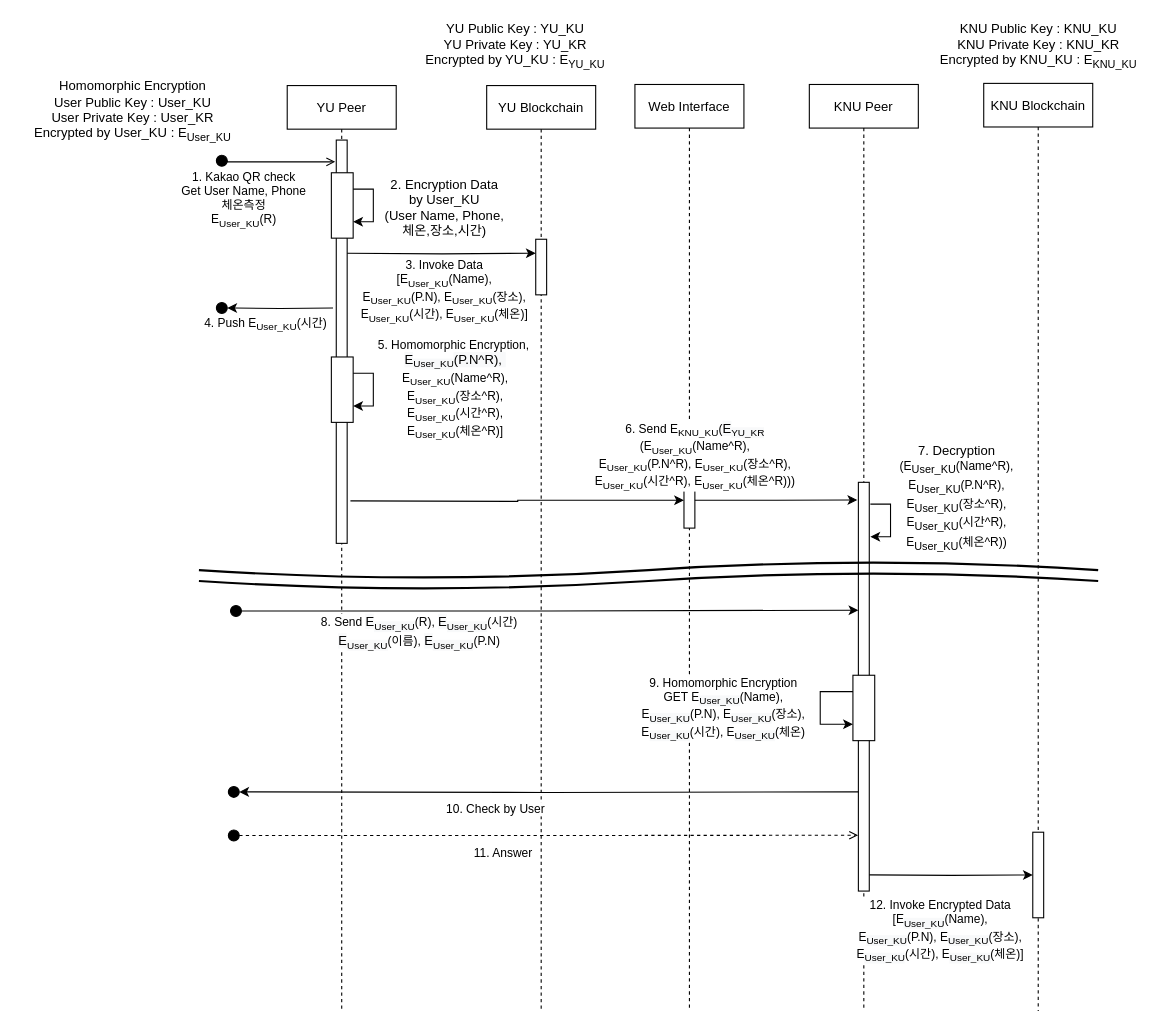
The draw.io diagram page "check by other org" (1 of 3) of Sequence Diagram.drawio in GunhyungKim/TrackingSystem, before the edit. Source tidied: cells renumbered, new cells numbered last; positions are measured from the earlier drawing's top-left corner, leaving out a move shared by most shapes. Both pictures are drawn from the tidied source at 109%, with x=0, y=0 at pixel (23, 19).
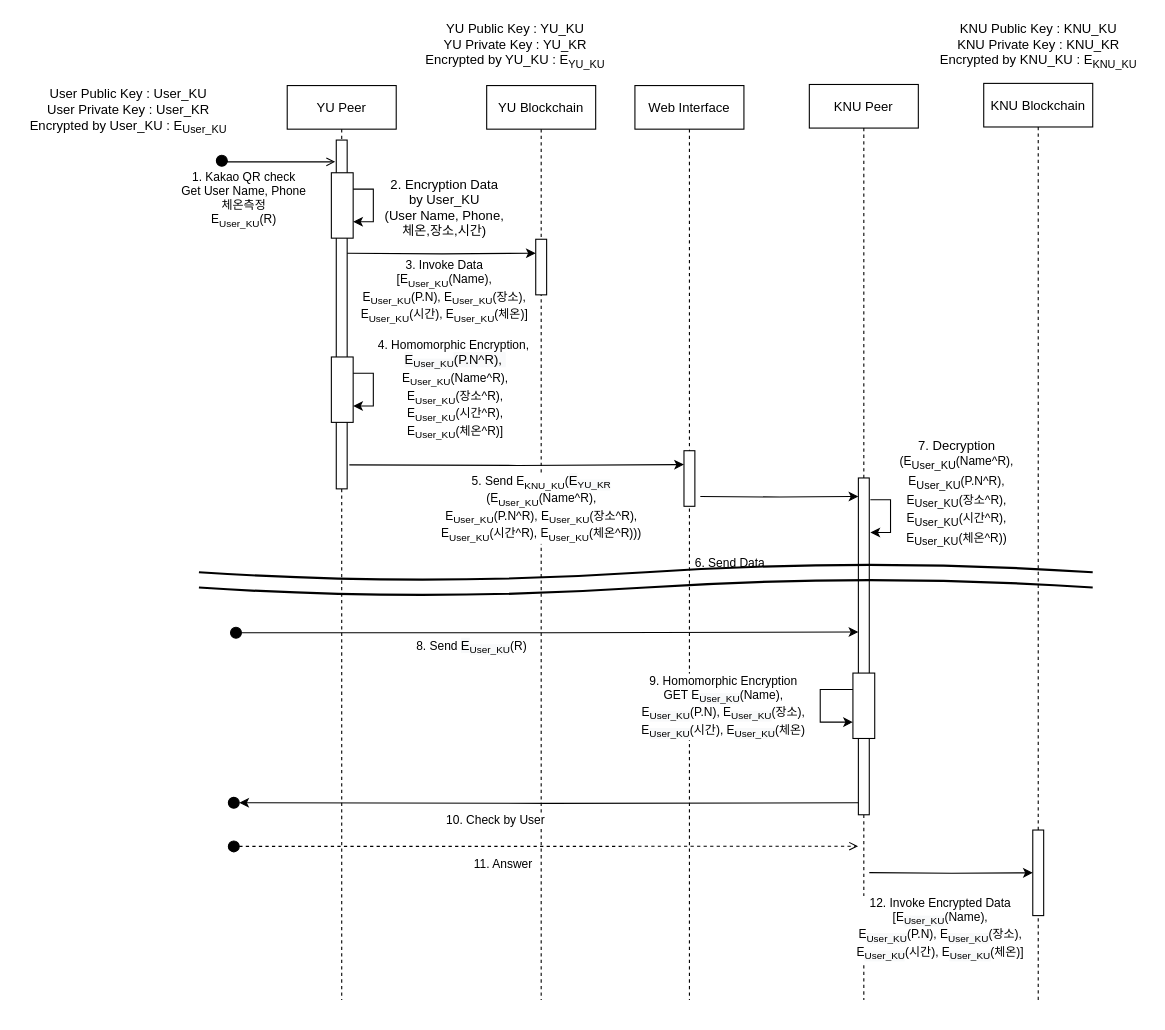
Above is the later version.

Unchanged cells that the change refers to:
```xml
<mxCell id="17" style="edgeStyle=orthogonalEdgeStyle;rounded=0;orthogonalLoop=1;jettySize=auto;html=1;exitX=1;exitY=0.25;exitDx=0;exitDy=0;entryX=1;entryY=0.75;entryDx=0;entryDy=0;" parent="12" edge="1" source="16" target="16">
  <mxGeometry relative="1" as="geometry">
    <Array as="points">
      <mxPoint x="79" y="264" />
      <mxPoint x="79" y="294" />
    </Array>
  </mxGeometry>
</mxCell>
```

The edit, as a diff of the source:
```diff
@@
     <mxCell id="2" value="Web Interface" style="shape=umlLifeline;perimeter=lifelinePerimeter;rounded=0;shadow=0;strokeWidth=1;" parent="1" vertex="1">
-      <mxGeometry x="561" y="60" width="100" height="850" as="geometry" />
+      <mxGeometry x="561" y="61" width="100" height="839" as="geometry" />
     </mxCell>
     <mxCell id="3" style="rounded=0;whiteSpace=wrap;html=1;" parent="2" vertex="1">
-      <mxGeometry x="45" y="356" width="10" height="51" as="geometry" />
+      <mxGeometry x="45" y="335" width="10" height="51" as="geometry" />
     </mxCell>
     <mxCell id="4" value="KNU Peer" style="shape=umlLifeline;perimeter=lifelinePerimeter;rounded=0;shadow=0;strokeWidth=1;" parent="1" vertex="1">
-      <mxGeometry x="721" y="60" width="100" height="850" as="geometry" />
+      <mxGeometry x="721" y="60" width="100" height="840" as="geometry" />
     </mxCell>
     <mxCell id="5" style="rounded=0;whiteSpace=wrap;html=1;" parent="4" vertex="1">
-      <mxGeometry x="45" y="365" width="10" height="375" as="geometry" />
+      <mxGeometry x="45" y="361" width="10" height="309" as="geometry" />
     </mxCell>
     <mxCell id="6" style="rounded=0;whiteSpace=wrap;html=1;fillColor=#FFFFFF;" parent="4" vertex="1">
-      <mxGeometry x="40" y="542" width="20" height="60" as="geometry" />
+      <mxGeometry x="40" y="540" width="20" height="60" as="geometry" />
     </mxCell>
     <mxCell id="7" style="edgeStyle=orthogonalEdgeStyle;rounded=0;orthogonalLoop=1;jettySize=auto;html=1;exitX=0;exitY=0.25;exitDx=0;exitDy=0;entryX=0;entryY=0.75;entryDx=0;entryDy=0;" parent="4" edge="1" source="6" target="6">
       <mxGeometry relative="1" as="geometry">
         <Array as="points">
-          <mxPoint x="10" y="557" />
-          <mxPoint x="10" y="587" />
+          <mxPoint x="10" y="555" />
+          <mxPoint x="10" y="585" />
         </Array>
       </mxGeometry>
     </mxCell>
@@
     <mxCell id="9" value="KNU Blockchain" style="shape=umlLifeline;perimeter=lifelinePerimeter;rounded=0;shadow=0;strokeWidth=1;" parent="1" vertex="1">
-      <mxGeometry x="881" y="59" width="100" height="851" as="geometry" />
+      <mxGeometry x="881" y="59" width="100" height="841" as="geometry" />
     </mxCell>
     <mxCell id="10" style="rounded=0;whiteSpace=wrap;html=1;" parent="9" vertex="1">
-      <mxGeometry x="45" y="687" width="10" height="78.5" as="geometry" />
+      <mxGeometry x="45" y="685" width="10" height="78.5" as="geometry" />
     </mxCell>
     <mxCell id="11" value="7. Decryption&lt;br&gt;&lt;span style=&quot;font-size: 11px ; background-color: rgb(255 , 255 , 255)&quot;&gt;(E&lt;/span&gt;&lt;sub&gt;User_KU&lt;/sub&gt;&lt;span style=&quot;font-size: 11px ; background-color: rgb(255 , 255 , 255)&quot;&gt;(Name^R),&lt;/span&gt;&lt;br style=&quot;font-size: 11px&quot;&gt;&lt;span style=&quot;font-size: 11px ; background-color: rgb(255 , 255 , 255)&quot;&gt;E&lt;/span&gt;&lt;sub&gt;User_KU&lt;/sub&gt;&lt;span style=&quot;font-size: 11px ; background-color: rgb(255 , 255 , 255)&quot;&gt;(P.N^R), &lt;br&gt;E&lt;/span&gt;&lt;sub&gt;User_KU&lt;/sub&gt;&lt;span style=&quot;font-size: 11px ; background-color: rgb(255 , 255 , 255)&quot;&gt;(장소^R),&lt;/span&gt;&lt;br style=&quot;font-size: 11px&quot;&gt;&lt;span style=&quot;font-size: 11px ; background-color: rgb(255 , 255 , 255)&quot;&gt;E&lt;/span&gt;&lt;sub&gt;User_KU&lt;/sub&gt;&lt;span style=&quot;font-size: 11px ; background-color: rgb(255 , 255 , 255)&quot;&gt;(시간^R), &lt;br&gt;E&lt;/span&gt;&lt;sub&gt;User_KU&lt;/sub&gt;&lt;span style=&quot;font-size: 11px ; background-color: rgb(255 , 255 , 255)&quot;&gt;(체온^R))&lt;/span&gt;" style="text;html=1;align=center;verticalAlign=middle;" parent="9" vertex="1">
-      <mxGeometry x="-85" y="325" width="120" height="110" as="geometry" />
+      <mxGeometry x="-85" y="326" width="120" height="100" as="geometry" />
     </mxCell>
     <mxCell id="12" value="YU Peer" style="shape=umlLifeline;perimeter=lifelinePerimeter;rounded=0;shadow=0;strokeWidth=1;" parent="1" vertex="1">
-      <mxGeometry x="242" y="61" width="100" height="849" as="geometry" />
+      <mxGeometry x="242" y="61" width="100" height="839" as="geometry" />
     </mxCell>
     <mxCell id="13" style="rounded=0;whiteSpace=wrap;html=1;" parent="12" vertex="1">
-      <mxGeometry x="45" y="50" width="10" height="370" as="geometry" />
+      <mxGeometry x="45" y="50" width="10" height="320" as="geometry" />
     </mxCell>
@@
-    <mxCell id="18" value="5. Homomorphic Encryption,&amp;nbsp;&lt;br&gt;&lt;span style=&quot;font-size: 12px ; background-color: rgb(248 , 249 , 250)&quot;&gt;E&lt;/span&gt;&lt;sub style=&quot;background-color: rgb(248 , 249 , 250)&quot;&gt;User_KU&lt;/sub&gt;&lt;span style=&quot;font-size: 12px ; background-color: rgb(248 , 249 , 250)&quot;&gt;(P.N^R),&amp;nbsp;&lt;br&gt;&lt;/span&gt;E&lt;sub&gt;User_KU&lt;/sub&gt;(Name^R), &lt;br&gt;E&lt;sub&gt;User_KU&lt;/sub&gt;(장소^R),&lt;br&gt;E&lt;sub&gt;User_KU&lt;/sub&gt;(시간^R), &lt;br&gt;E&lt;sub&gt;User_KU&lt;/sub&gt;(체온^R)]&lt;sub style=&quot;background-color: rgb(248 , 249 , 250)&quot;&gt;&lt;br&gt;&lt;/sub&gt;" style="edgeLabel;html=1;align=center;verticalAlign=middle;" parent="17" vertex="1">
+    <mxCell id="18" value="4. Homomorphic Encryption,&amp;nbsp;&lt;br&gt;&lt;span style=&quot;font-size: 12px ; background-color: rgb(248 , 249 , 250)&quot;&gt;E&lt;/span&gt;&lt;sub style=&quot;background-color: rgb(248 , 249 , 250)&quot;&gt;User_KU&lt;/sub&gt;&lt;span style=&quot;font-size: 12px ; background-color: rgb(248 , 249 , 250)&quot;&gt;(P.N^R),&amp;nbsp;&lt;br&gt;&lt;/span&gt;E&lt;sub&gt;User_KU&lt;/sub&gt;(Name^R), &lt;br&gt;E&lt;sub&gt;User_KU&lt;/sub&gt;(장소^R),&lt;br&gt;E&lt;sub&gt;User_KU&lt;/sub&gt;(시간^R), &lt;br&gt;E&lt;sub&gt;User_KU&lt;/sub&gt;(체온^R)]&lt;sub style=&quot;background-color: rgb(248 , 249 , 250)&quot;&gt;&lt;br&gt;&lt;/sub&gt;" style="edgeLabel;html=1;align=center;verticalAlign=middle;" parent="17" vertex="1">
       <mxGeometry x="-0.45" y="-4" relative="1" as="geometry">
         <mxPoint x="74.5" y="10" as="offset" />
       </mxGeometry>
     </mxCell>
@@
     <mxCell id="23" value="YU Blockchain" style="shape=umlLifeline;perimeter=lifelinePerimeter;rounded=0;shadow=0;strokeWidth=1;" parent="1" vertex="1">
-      <mxGeometry x="425" y="61" width="100" height="849" as="geometry" />
+      <mxGeometry x="425" y="61" width="100" height="839" as="geometry" />
     </mxCell>
@@
-    <mxCell id="27" style="edgeStyle=orthogonalEdgeStyle;rounded=0;jettySize=auto;html=1;entryX=0;entryY=0.5;entryDx=0;entryDy=0;" parent="1" edge="1" target="3">
+    <mxCell id="27" style="edgeStyle=orthogonalEdgeStyle;rounded=0;jettySize=auto;html=1;exitX=1.2;exitY=0.958;exitDx=0;exitDy=0;entryX=0;entryY=0.25;entryDx=0;entryDy=0;exitPerimeter=0;" parent="1" edge="1" target="3">
       <mxGeometry relative="1" as="geometry">
-        <mxPoint x="300" y="442" as="sourcePoint" />
+        <mxPoint x="299" y="409" as="sourcePoint" />
       </mxGeometry>
     </mxCell>
-    <mxCell id="28" value="6. Send E&lt;sub&gt;KNU_KU&lt;/sub&gt;(&lt;span style=&quot;font-size: 12px ; background-color: rgb(248 , 249 , 250)&quot;&gt;E&lt;/span&gt;&lt;sub style=&quot;background-color: rgb(248 , 249 , 250)&quot;&gt;YU_KR&lt;/sub&gt;&lt;sub&gt;&lt;br&gt;&lt;/sub&gt;(E&lt;sub&gt;User_KU&lt;/sub&gt;(Name^R),&lt;br&gt;E&lt;sub&gt;User_KU&lt;/sub&gt;(P.N^R), E&lt;sub&gt;User_KU&lt;/sub&gt;(장소^R),&lt;br&gt;E&lt;sub&gt;User_KU&lt;/sub&gt;(시간^R), E&lt;sub&gt;User_KU&lt;/sub&gt;(체온^R)))" style="edgeLabel;html=1;align=center;verticalAlign=middle;" parent="27" vertex="1">
+    <mxCell id="28" value="5. Send E&lt;sub&gt;KNU_KU&lt;/sub&gt;(&lt;span style=&quot;font-size: 12px ; background-color: rgb(248 , 249 , 250)&quot;&gt;E&lt;/span&gt;&lt;sub style=&quot;background-color: rgb(248 , 249 , 250)&quot;&gt;YU_KR&lt;/sub&gt;&lt;sub&gt;&lt;br&gt;&lt;/sub&gt;(E&lt;sub&gt;User_KU&lt;/sub&gt;(Name^R),&lt;br&gt;E&lt;sub&gt;User_KU&lt;/sub&gt;(P.N^R), E&lt;sub&gt;User_KU&lt;/sub&gt;(장소^R),&lt;br&gt;E&lt;sub&gt;User_KU&lt;/sub&gt;(시간^R), E&lt;sub&gt;User_KU&lt;/sub&gt;(체온^R)))" style="edgeLabel;html=1;align=center;verticalAlign=middle;" parent="27" vertex="1">
       <mxGeometry x="-0.62" y="-2" relative="1" as="geometry">
-        <mxPoint x="258" y="-44" as="offset" />
+        <mxPoint x="118" y="37" as="offset" />
       </mxGeometry>
     </mxCell>
-    <mxCell id="29" style="edgeStyle=orthogonalEdgeStyle;rounded=0;jettySize=auto;html=1;entryX=-0.1;entryY=0.043;entryDx=0;entryDy=0;entryPerimeter=0;exitX=1;exitY=0.5;exitDx=0;exitDy=0;" parent="1" edge="1" source="3" target="5">
-      <mxGeometry relative="1" as="geometry" />
+    <mxCell id="29" style="edgeStyle=orthogonalEdgeStyle;rounded=0;jettySize=auto;html=1;entryX=0;entryY=0.055;entryDx=0;entryDy=0;entryPerimeter=0;" parent="1" edge="1" target="5">
+      <mxGeometry relative="1" as="geometry">
+        <mxPoint x="621" y="438" as="sourcePoint" />
+      </mxGeometry>
     </mxCell>
+    <mxCell id="50" value="6. Send Data" style="edgeLabel;html=1;align=center;verticalAlign=middle;" parent="29" vertex="1">
+      <mxGeometry y="49" relative="1" as="geometry">
+        <mxPoint x="2" y="60" as="offset" />
+      </mxGeometry>
+    </mxCell>
-    <mxCell id="30" value="Homomorphic Encryption&lt;br&gt;User Public Key : User_KU&lt;br&gt;User Private Key : User_KR&lt;br&gt;Encrypted by User_KU : E&lt;sub&gt;User_KU&lt;/sub&gt;" style="text;html=1;align=center;verticalAlign=middle;" parent="1" vertex="1">
-      <mxGeometry y="50" width="200" height="70" as="geometry" />
+    <mxCell id="30" value="User Public Key : User_KU&lt;br&gt;User Private Key : User_KR&lt;br&gt;Encrypted by User_KU : E&lt;sub&gt;User_KU&lt;/sub&gt;" style="text;html=1;align=center;verticalAlign=middle;" parent="1" vertex="1">
+      <mxGeometry x="-4" y="60" width="200" height="50" as="geometry" />
     </mxCell>
@@
     <mxCell id="33" style="edgeStyle=orthogonalEdgeStyle;rounded=0;orthogonalLoop=1;jettySize=auto;html=1;exitX=1;exitY=0.25;exitDx=0;exitDy=0;entryX=1;entryY=0.75;entryDx=0;entryDy=0;" parent="1" edge="1">
       <mxGeometry relative="1" as="geometry">
-        <mxPoint x="777" y="445" as="sourcePoint" />
-        <mxPoint x="777" y="475" as="targetPoint" />
+        <mxPoint x="777" y="441" as="sourcePoint" />
+        <mxPoint x="777" y="471" as="targetPoint" />
         <Array as="points">
-          <mxPoint x="795.5" y="445" />
-          <mxPoint x="795.5" y="475" />
+          <mxPoint x="795.5" y="441" />
+          <mxPoint x="795.5" y="471" />
         </Array>
       </mxGeometry>
     </mxCell>
     <mxCell id="34" style="edgeStyle=orthogonalEdgeStyle;rounded=0;jettySize=auto;html=1;exitX=1;exitY=0.5;exitDx=0;exitDy=0;entryX=0;entryY=0.25;entryDx=0;entryDy=0;" parent="1" edge="1" source="36">
       <mxGeometry relative="1" as="geometry">
-        <mxPoint x="766" y="542.3" as="targetPoint" />
+        <mxPoint x="766" y="562.3" as="targetPoint" />
       </mxGeometry>
     </mxCell>
-    <mxCell id="35" value="8. Send&amp;nbsp;&lt;span style=&quot;font-size: 12px ; background-color: rgb(248 , 249 , 250)&quot;&gt;E&lt;/span&gt;&lt;sub style=&quot;background-color: rgb(248 , 249 , 250)&quot;&gt;User_KU&lt;/sub&gt;(R),&amp;nbsp;&lt;span style=&quot;font-size: 12px ; background-color: rgb(248 , 249 , 250)&quot;&gt;E&lt;/span&gt;&lt;sub style=&quot;background-color: rgb(248 , 249 , 250)&quot;&gt;User_KU&lt;/sub&gt;(시간)&lt;br&gt;&lt;span style=&quot;font-size: 12px ; background-color: rgb(248 , 249 , 250)&quot;&gt;E&lt;/span&gt;&lt;sub style=&quot;background-color: rgb(248 , 249 , 250)&quot;&gt;User_KU&lt;/sub&gt;(이름),&amp;nbsp;&lt;span style=&quot;font-size: 12px ; background-color: rgb(248 , 249 , 250)&quot;&gt;E&lt;/span&gt;&lt;sub style=&quot;background-color: rgb(248 , 249 , 250)&quot;&gt;User_KU&lt;/sub&gt;(P.N)" style="edgeLabel;html=1;align=center;verticalAlign=middle;" parent="34" vertex="1">
+    <mxCell id="35" value="8. Send&amp;nbsp;&lt;span style=&quot;font-size: 12px ; background-color: rgb(248 , 249 , 250)&quot;&gt;E&lt;/span&gt;&lt;sub style=&quot;background-color: rgb(248 , 249 , 250)&quot;&gt;User_KU&lt;/sub&gt;(R)" style="edgeLabel;html=1;align=center;verticalAlign=middle;" parent="34" vertex="1">
       <mxGeometry x="-0.28" y="-1" relative="1" as="geometry">
-        <mxPoint x="-42" y="18" as="offset" />
+        <mxPoint x="6" y="11.8" as="offset" />
       </mxGeometry>
     </mxCell>
     <mxCell id="36" style="ellipse;whiteSpace=wrap;html=1;fillColor=#000000;" parent="1" vertex="1">
-      <mxGeometry x="190" y="538" width="10" height="10" as="geometry" />
+      <mxGeometry x="190" y="558" width="10" height="10" as="geometry" />
     </mxCell>
     <mxCell id="37" style="edgeStyle=orthogonalEdgeStyle;rounded=0;jettySize=auto;html=1;exitX=1;exitY=0.958;exitDx=0;exitDy=0;entryX=0;entryY=0.5;entryDx=0;entryDy=0;exitPerimeter=0;" parent="1" edge="1" target="10">
       <mxGeometry relative="1" as="geometry">
-        <mxPoint x="776" y="785.1" as="sourcePoint" />
+        <mxPoint x="776" y="783.1" as="sourcePoint" />
       </mxGeometry>
     </mxCell>
@@
     <mxCell id="39" style="edgeStyle=orthogonalEdgeStyle;rounded=0;jettySize=auto;html=1;entryX=1;entryY=0.5;entryDx=0;entryDy=0;endArrow=classic;endFill=1;" parent="1" edge="1" target="41">
       <mxGeometry relative="1" as="geometry">
-        <mxPoint x="766" y="709" as="sourcePoint" />
+        <mxPoint x="766" y="719" as="sourcePoint" />
       </mxGeometry>
     </mxCell>
@@
     <mxCell id="41" style="ellipse;whiteSpace=wrap;html=1;fillColor=#000000;" parent="1" vertex="1">
-      <mxGeometry x="188" y="704" width="10" height="10" as="geometry" />
+      <mxGeometry x="188" y="714" width="10" height="10" as="geometry" />
     </mxCell>
     <mxCell id="42" style="edgeStyle=orthogonalEdgeStyle;rounded=0;jettySize=auto;html=1;exitX=1;exitY=0.5;exitDx=0;exitDy=0;dashed=1;endArrow=open;endFill=0;entryX=-0.033;entryY=0.886;entryDx=0;entryDy=0;entryPerimeter=0;" parent="1" edge="1" source="44">
       <mxGeometry relative="1" as="geometry">
-        <mxPoint x="765.7" y="748.8" as="targetPoint" />
+        <mxPoint x="765.7" y="758.8" as="targetPoint" />
       </mxGeometry>
     </mxCell>
@@
     <mxCell id="44" style="ellipse;whiteSpace=wrap;html=1;fillColor=#000000;" parent="1" vertex="1">
-      <mxGeometry x="188" y="744" width="10" height="10" as="geometry" />
+      <mxGeometry x="188" y="754" width="10" height="10" as="geometry" />
     </mxCell>
-    <mxCell id="45" style="shape=tape;whiteSpace=wrap;html=1;strokeWidth=2;size=1;" parent="1" vertex="1">
-      <mxGeometry x="161" y="498" width="825" height="15" as="geometry" />
-    </mxCell>
-    <mxCell id="46" style="shape=tape;whiteSpace=wrap;html=1;strokeWidth=2;size=1;" parent="1" vertex="1">
-      <mxGeometry x="161" y="508" width="825" height="15" as="geometry" />
-    </mxCell>
-    <mxCell id="47" style="ellipse;whiteSpace=wrap;html=1;fillColor=#000000;" parent="1" vertex="1">
-      <mxGeometry x="177" y="260" width="10" height="10" as="geometry" />
-    </mxCell>
-    <mxCell id="48" style="edgeStyle=orthogonalEdgeStyle;rounded=0;jettySize=auto;html=1;entryX=1;entryY=0.5;entryDx=0;entryDy=0;" parent="1" edge="1" target="47">
-      <mxGeometry relative="1" as="geometry">
-        <mxPoint x="284" y="265" as="sourcePoint" />
-      </mxGeometry>
-    </mxCell>
-    <mxCell id="49" value="4. Push E&lt;sub&gt;User_KU&lt;/sub&gt;(시간)" style="edgeLabel;html=1;align=center;verticalAlign=middle;" parent="48" vertex="1">
-      <mxGeometry x="0.71" y="1" relative="1" as="geometry">
-        <mxPoint x="20" y="14" as="offset" />
-      </mxGeometry>
-    </mxCell>
+    <mxCell id="51" style="shape=tape;whiteSpace=wrap;html=1;strokeWidth=2;size=1;" parent="1" vertex="1">
+      <mxGeometry x="161" y="500" width="820" height="15" as="geometry" />
+    </mxCell>
+    <mxCell id="52" style="shape=tape;whiteSpace=wrap;html=1;strokeWidth=2;size=1;" parent="1" vertex="1">
+      <mxGeometry x="161" y="514" width="820" height="15" as="geometry" />
+    </mxCell>
```
